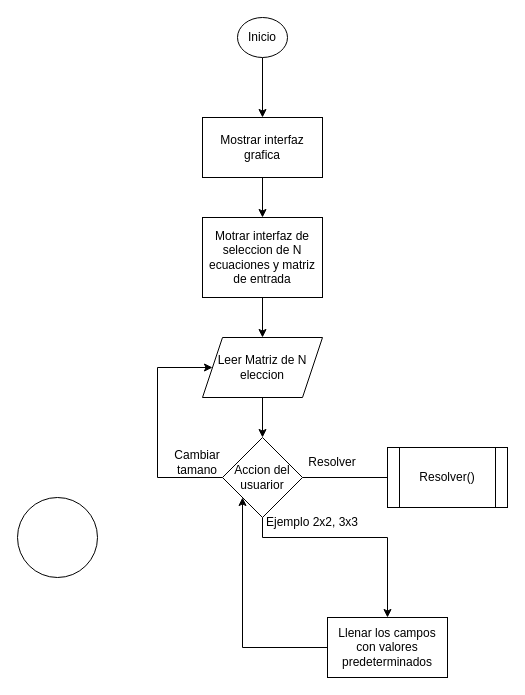
Above: Diagrama sin título.drawio in learnedcssinthetec/biblioteca (draw.io), before the change. Source tidied: cells renumbered, new cells numbered last; positions are measured from the earlier drawing's top-left corner, leaving out a move shared by most shapes. Both pictures are drawn from the tidied source at 100%, with x=0, y=0 at pixel (17, 17).
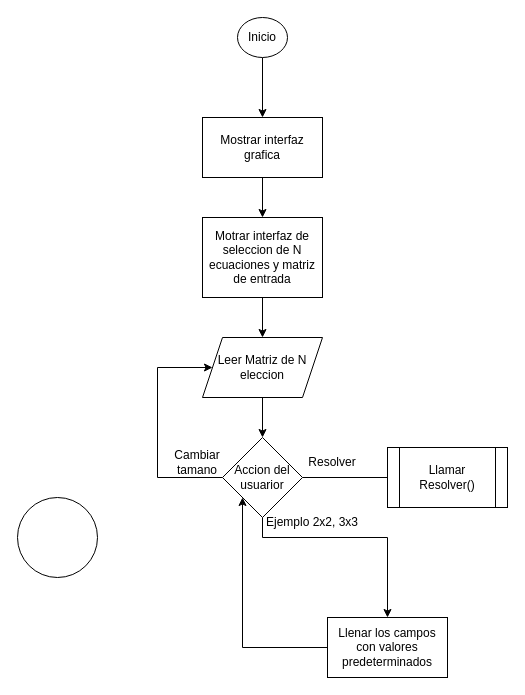
The same diagram, later.

Change to the diagram source:
```diff
@@
-    <mxCell id="20" value="Resolver()" style="shape=process;whiteSpace=wrap;html=1;backgroundOutline=1;" parent="1" vertex="1">
+    <mxCell id="20" value="Llamar Resolver()" style="shape=process;whiteSpace=wrap;html=1;backgroundOutline=1;" parent="1" vertex="1">
       <mxGeometry x="370" y="430" width="120" height="60" as="geometry" />
     </mxCell>
```
